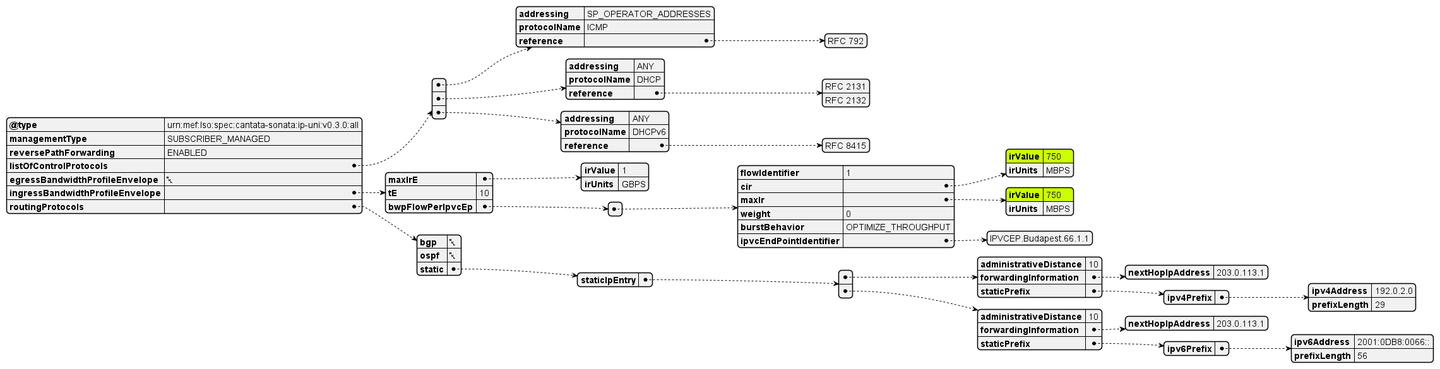
Before: documentation/productSchema/ip/internetAccess/MEF 139 resources/media/useCases/uc7UNI.png, a diagram exported from PlantUML (MEF-GIT/MEF-LSO-Sonata-SDK). Source of this version:
```plantuml
@startjson

#highlight "ingressBandwidthProfileEnvelope" / "bwpFlowPerIpvcEp" / "0" / "cir" / "irValue"
#highlight "ingressBandwidthProfileEnvelope" / "bwpFlowPerIpvcEp" / "0" / "maxIr"  / "irValue"

 {
  "@type": "urn:mef:lso:spec:cantata-sonata:ip-uni:v0.3.0:all",
  "managementType": "SUBSCRIBER_MANAGED",
  "reversePathForwarding": "ENABLED",
  "listOfControlProtocols": [
    {
      "addressing": "SP_OPERATOR_ADDRESSES",
      "protocolName": "ICMP",
      "reference": ["RFC 792"]
    },
    {
      "addressing": "ANY",
      "protocolName": "DHCP",
      "reference": ["RFC 2131", "RFC 2132"]
    },
    {
      "addressing": "ANY",
      "protocolName": "DHCPv6",
      "reference": ["RFC 8415"]
    }
  ],
  "egressBandwidthProfileEnvelope": null,
  "ingressBandwidthProfileEnvelope": {
    "maxIrE": {
      "irValue": 1,
      "irUnits": "GBPS"
    },
    "tE": 10,
    "bwpFlowPerIpvcEp": [
      {
        "flowIdentifier": 1,
        "cir": {
          "irValue": 750,
          "irUnits": "MBPS"
        },
        "maxIr": {
          "irValue": 750,
          "irUnits": "MBPS"
        },
        "weight": 0,
        "burstBehavior": "OPTIMIZE_THROUGHPUT",
        "ipvcEndPointIdentifier": ["IPVCEP.Budapest.66.1.1"]
      }
    ]
  },
  "routingProtocols": {
    "bgp": null,
    "ospf": null,
    "static": {
      "staticIpEntry": [
        {
          "administrativeDistance": 10,
          "forwardingInformation": {
            "nextHopIpAddress": "203.0.113.1"
          },
          "staticPrefix": {
            "ipv4Prefix": {
              "ipv4Address": "192.0.2.0",
              "prefixLength": 29
            }
          }
        },
        {
          "administrativeDistance": 10,
          "forwardingInformation": {
            "nextHopIpAddress": "203.0.113.1"
          },
          "staticPrefix": {
            "ipv6Prefix": {
              "ipv6Address": "2001:0DB8:0066::",
              "prefixLength": 56
            }
          }
        }
      ]
    }
  }
}

@endjson
```
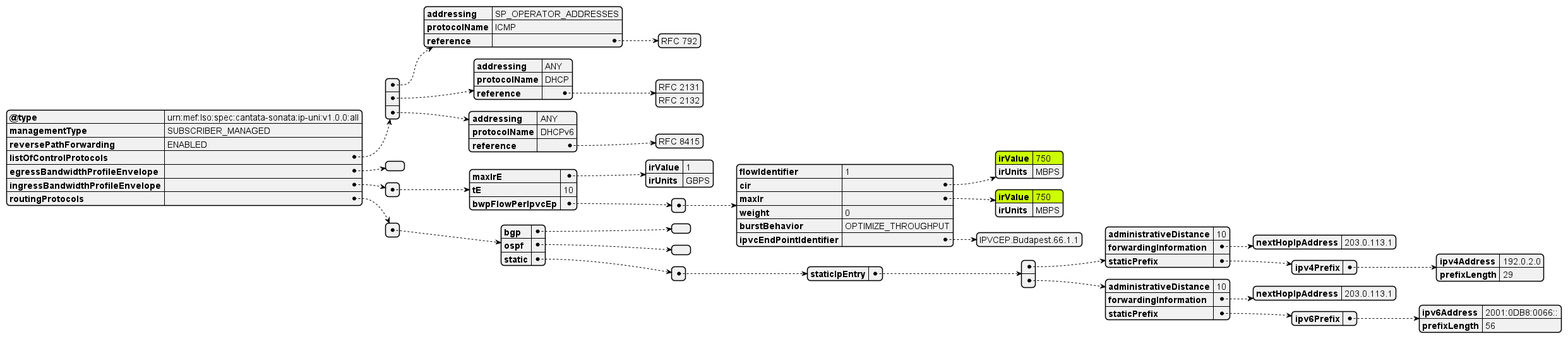
The same file after the commit.

Change to the diagram source:
```diff
@@ -1,10 +1,10 @@
 @startjson
 
-#highlight "ingressBandwidthProfileEnvelope" / "bwpFlowPerIpvcEp" / "0" / "cir" / "irValue"
-#highlight "ingressBandwidthProfileEnvelope" / "bwpFlowPerIpvcEp" / "0" / "maxIr"  / "irValue"
+#highlight "ingressBandwidthProfileEnvelope" /  "0" /"bwpFlowPerIpvcEp" / "0" / "cir" / "irValue"
+#highlight "ingressBandwidthProfileEnvelope" /  "0" /"bwpFlowPerIpvcEp" / "0" / "maxIr"  / "irValue"
 
  {
-  "@type": "urn:mef:lso:spec:cantata-sonata:ip-uni:v0.3.0:all",
+  "@type": "urn:mef:lso:spec:cantata-sonata:ip-uni:v1.0.0:all",
   "managementType": "SUBSCRIBER_MANAGED",
   "reversePathForwarding": "ENABLED",
   "listOfControlProtocols": [
@@ -24,62 +24,68 @@
       "reference": ["RFC 8415"]
     }
   ],
-  "egressBandwidthProfileEnvelope": null,
-  "ingressBandwidthProfileEnvelope": {
-    "maxIrE": {
-      "irValue": 1,
-      "irUnits": "GBPS"
-    },
-    "tE": 10,
-    "bwpFlowPerIpvcEp": [
-      {
-        "flowIdentifier": 1,
-        "cir": {
-          "irValue": 750,
-          "irUnits": "MBPS"
-        },
-        "maxIr": {
-          "irValue": 750,
-          "irUnits": "MBPS"
-        },
-        "weight": 0,
-        "burstBehavior": "OPTIMIZE_THROUGHPUT",
-        "ipvcEndPointIdentifier": ["IPVCEP.Budapest.66.1.1"]
-      }
-    ]
-  },
-  "routingProtocols": {
-    "bgp": null,
-    "ospf": null,
-    "static": {
-      "staticIpEntry": [
+  "egressBandwidthProfileEnvelope": [],
+  "ingressBandwidthProfileEnvelope": [
+    {
+      "maxIrE": {
+        "irValue": 1,
+        "irUnits": "GBPS"
+      },
+      "tE": 10,
+      "bwpFlowPerIpvcEp": [
         {
-          "administrativeDistance": 10,
-          "forwardingInformation": {
-            "nextHopIpAddress": "203.0.113.1"
+          "flowIdentifier": 1,
+          "cir": {
+            "irValue": 750,
+            "irUnits": "MBPS"
           },
-          "staticPrefix": {
-            "ipv4Prefix": {
-              "ipv4Address": "192.0.2.0",
-              "prefixLength": 29
-            }
-          }
-        },
-        {
-          "administrativeDistance": 10,
-          "forwardingInformation": {
-            "nextHopIpAddress": "203.0.113.1"
+          "maxIr": {
+            "irValue": 750,
+            "irUnits": "MBPS"
           },
-          "staticPrefix": {
-            "ipv6Prefix": {
-              "ipv6Address": "2001:0DB8:0066::",
-              "prefixLength": 56
-            }
-          }
+          "weight": 0,
+          "burstBehavior": "OPTIMIZE_THROUGHPUT",
+          "ipvcEndPointIdentifier": ["IPVCEP.Budapest.66.1.1"]
         }
       ]
     }
-  }
+  ],
+  "routingProtocols": [
+    {
+      "bgp": [],
+      "ospf": [],
+      "static": [
+        {
+          "staticIpEntry": [
+            {
+              "administrativeDistance": 10,
+              "forwardingInformation": {
+                "nextHopIpAddress": "203.0.113.1"
+              },
+              "staticPrefix": {
+                "ipv4Prefix": {
+                  "ipv4Address": "192.0.2.0",
+                  "prefixLength": 29
+                }
+              }
+            },
+            {
+              "administrativeDistance": 10,
+              "forwardingInformation": {
+                "nextHopIpAddress": "203.0.113.1"
+              },
+              "staticPrefix": {
+                "ipv6Prefix": {
+                  "ipv6Address": "2001:0DB8:0066::",
+                  "prefixLength": 56
+                }
+              }
+            }
+          ]
+        }
+      ]
+    }
+  ]
 }
 
 @endjson
```
